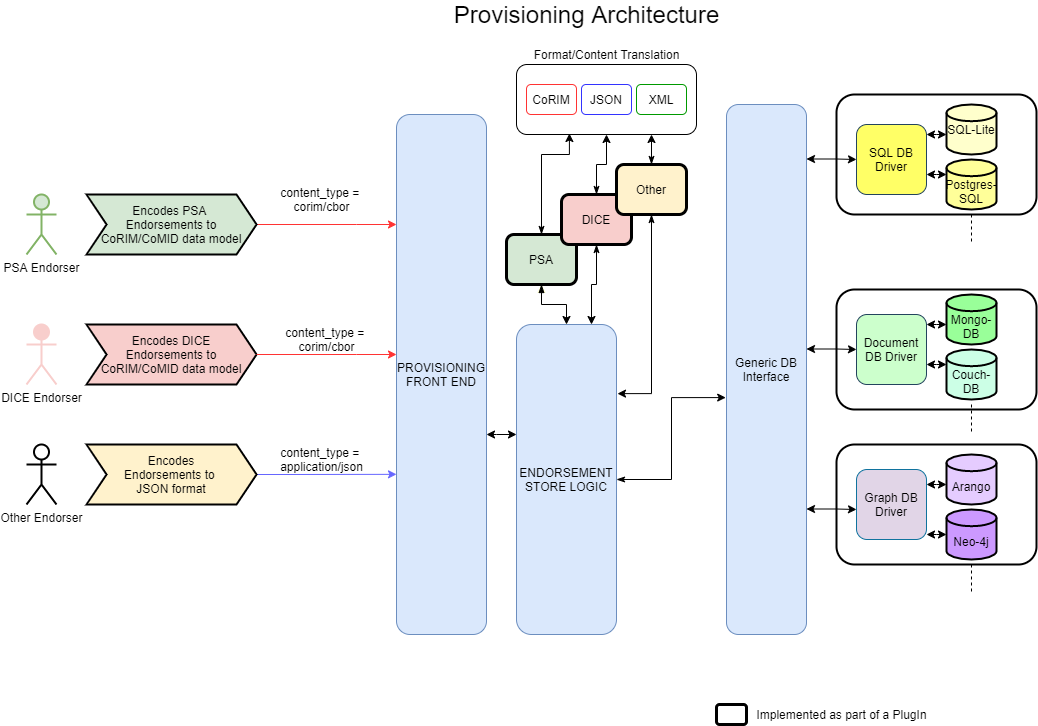
This is docs/diags/provisioning-architecture.drawio.png from veraison/veraison, a draw.io export, as it was before one commit. Source tidied: cells renumbered, new cells last; positions are measured from the earlier drawing's top-left corner, leaving out a move shared by most shapes.
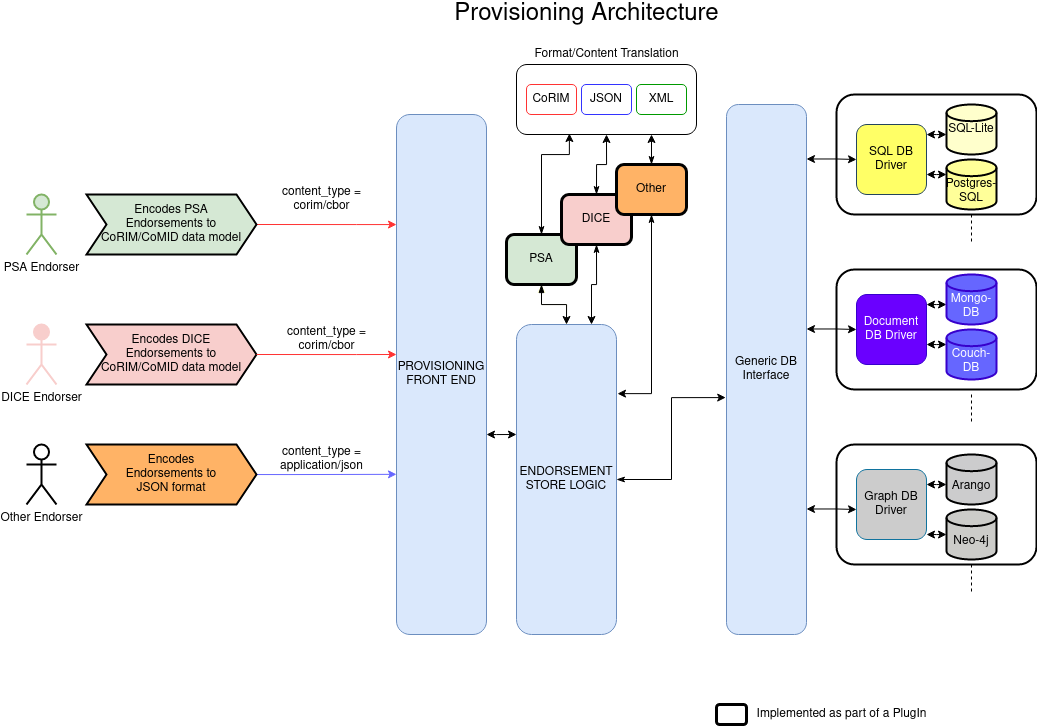
After the commit.

Commit message:
Modify color codes to create more meaningful daigrams

The edit, as a diff of the source:
```diff
@@ -6,7 +6,7 @@
       <mxGeometry x="810" y="440" width="200" height="120" as="geometry" />
     </mxCell>
     <mxCell id="3" style="rounded=1;whiteSpace=wrap;html=1;shadow=0;glass=0;sketch=0;strokeColor=#000000;strokeWidth=2;fillColor=#FFFFFF;" parent="1" vertex="1">
-      <mxGeometry x="810" y="285" width="200" height="120" as="geometry" />
+      <mxGeometry x="810" y="265" width="200" height="120" as="geometry" />
     </mxCell>
     <mxCell id="4" style="rounded=1;whiteSpace=wrap;html=1;shadow=0;glass=0;sketch=0;strokeColor=#000000;strokeWidth=2;fillColor=#FFFFFF;" parent="1" vertex="1">
       <mxGeometry x="810" y="90" width="200" height="120" as="geometry" />
@@ -75,7 +75,7 @@
     <mxCell id="19" style="edgeStyle=orthogonalEdgeStyle;rounded=0;jettySize=auto;html=1;entryX=0.75;entryY=1;entryDx=0;entryDy=0;startArrow=classicThin;startFill=1;strokeColor=#000000;" parent="1" edge="1" source="20" target="5">
       <mxGeometry relative="1" as="geometry" />
     </mxCell>
-    <mxCell id="20" value="Other" style="rounded=1;whiteSpace=wrap;html=1;strokeWidth=3;fillColor=#FFF2CC;" parent="1" vertex="1">
+    <mxCell id="20" value="Other" style="rounded=1;whiteSpace=wrap;html=1;strokeWidth=3;fillColor=#FFB366;" parent="1" vertex="1">
       <mxGeometry x="590" y="160" width="70" height="50" as="geometry" />
     </mxCell>
     <mxCell id="21" value="Generic DB Interface" style="rounded=1;whiteSpace=wrap;html=1;fillColor=#dae8fc;strokeColor=#6c8ebf;" parent="1" vertex="1">
@@ -93,7 +93,7 @@
     <mxCell id="23" value="SQL DB Driver" style="rounded=1;whiteSpace=wrap;html=1;strokeColor=#23445d;fillColor=#FFFF66;" parent="1" vertex="1">
       <mxGeometry x="830" y="120" width="70" height="70" as="geometry" />
     </mxCell>
-    <mxCell id="24" value="Graph DB Driver" style="rounded=1;whiteSpace=wrap;html=1;strokeColor=#10739e;fillColor=#E1D5E7;" parent="1" vertex="1">
+    <mxCell id="24" value="Graph DB Driver" style="rounded=1;whiteSpace=wrap;html=1;strokeColor=#10739e;fillColor=#CCCCCC;" parent="1" vertex="1">
       <mxGeometry x="830" y="465" width="70" height="70" as="geometry" />
     </mxCell>
     <mxCell id="25" style="edgeStyle=none;rounded=0;orthogonalLoop=1;jettySize=auto;html=1;startArrow=none;startFill=0;strokeColor=#000000;dashed=1;endArrow=none;endFill=0;" parent="1" edge="1">
@@ -135,11 +135,11 @@
     </mxCell>
     <mxCell id="34" style="edgeStyle=orthogonalEdgeStyle;rounded=0;orthogonalLoop=1;jettySize=auto;html=1;startArrow=classic;startFill=1;strokeColor=#000000;" parent="1" edge="1">
       <mxGeometry relative="1" as="geometry">
-        <mxPoint x="780" y="344.5" as="sourcePoint" />
-        <mxPoint x="830" y="345" as="targetPoint" />
+        <mxPoint x="780" y="324.5" as="sourcePoint" />
+        <mxPoint x="830" y="325" as="targetPoint" />
         <Array as="points">
-          <mxPoint x="810" y="344.5" />
-          <mxPoint x="810" y="344.5" />
+          <mxPoint x="810" y="324.5" />
+          <mxPoint x="810" y="324.5" />
         </Array>
       </mxGeometry>
     </mxCell>
@@ -195,8 +195,8 @@
     </mxCell>
     <mxCell id="40" style="edgeStyle=none;rounded=0;orthogonalLoop=1;jettySize=auto;html=1;startArrow=none;startFill=0;strokeColor=#000000;dashed=1;endArrow=none;endFill=0;" parent="1" edge="1">
       <mxGeometry relative="1" as="geometry">
-        <mxPoint x="945" y="400" as="sourcePoint" />
-        <mxPoint x="945" y="430" as="targetPoint" />
+        <mxPoint x="945" y="390" as="sourcePoint" />
+        <mxPoint x="945" y="420" as="targetPoint" />
       </mxGeometry>
     </mxCell>
     <mxCell id="41" style="edgeStyle=none;rounded=0;orthogonalLoop=1;jettySize=auto;html=1;startArrow=none;startFill=0;strokeColor=#000000;dashed=1;endArrow=none;endFill=0;" parent="1" edge="1">
@@ -216,36 +216,36 @@
     </mxCell>
     <mxCell id="45" style="edgeStyle=orthogonalEdgeStyle;rounded=0;jettySize=auto;html=1;entryX=0;entryY=0.75;entryDx=0;entryDy=0;startArrow=classic;startFill=1;strokeColor=#000000;" parent="1" edge="1" source="46">
       <mxGeometry relative="1" as="geometry">
-        <mxPoint x="920" y="320" as="targetPoint" />
+        <mxPoint x="920" y="300" as="targetPoint" />
         <Array as="points">
-          <mxPoint x="910" y="320" />
-          <mxPoint x="910" y="320" />
+          <mxPoint x="910" y="300" />
+          <mxPoint x="910" y="300" />
         </Array>
       </mxGeometry>
     </mxCell>
-    <mxCell id="46" value="Document DB Driver" style="rounded=1;whiteSpace=wrap;html=1;strokeColor=#23445d;fillColor=#CCFFCC;" parent="1" vertex="1">
-      <mxGeometry x="830" y="310" width="70" height="70" as="geometry" />
+    <mxCell id="46" value="Document DB Driver" style="rounded=1;whiteSpace=wrap;html=1;strokeColor=#3700CC;fillColor=#6a00ff;fontColor=#ffffff;" parent="1" vertex="1">
+      <mxGeometry x="830" y="290" width="70" height="70" as="geometry" />
     </mxCell>
     <mxCell id="47" style="edgeStyle=orthogonalEdgeStyle;rounded=0;orthogonalLoop=1;jettySize=auto;html=1;entryX=0;entryY=0.75;entryDx=0;entryDy=0;startArrow=classic;startFill=1;strokeColor=#000000;" parent="1" edge="1">
       <mxGeometry relative="1" as="geometry">
-        <mxPoint x="900" y="360" as="sourcePoint" />
-        <mxPoint x="920" y="360" as="targetPoint" />
+        <mxPoint x="900" y="340" as="sourcePoint" />
+        <mxPoint x="920" y="340" as="targetPoint" />
         <Array as="points">
-          <mxPoint x="910" y="360" />
-          <mxPoint x="910" y="360" />
+          <mxPoint x="910" y="340" />
+          <mxPoint x="910" y="340" />
         </Array>
       </mxGeometry>
     </mxCell>
-    <mxCell id="48" value="&lt;br&gt;Mongo-DB" style="strokeWidth=2;html=1;shape=mxgraph.flowchart.database;whiteSpace=wrap;fillColor=#99FF99;" parent="1" vertex="1">
-      <mxGeometry x="920" y="290" width="50" height="50" as="geometry" />
+    <mxCell id="48" value="&lt;br&gt;Mongo-DB" style="strokeWidth=2;html=1;shape=mxgraph.flowchart.database;whiteSpace=wrap;fillColor=#6666FF;fontColor=#ffffff;strokeColor=#3700CC;" parent="1" vertex="1">
+      <mxGeometry x="920" y="270" width="50" height="50" as="geometry" />
     </mxCell>
-    <mxCell id="49" value="&lt;br&gt;Couch-DB" style="strokeWidth=2;html=1;shape=mxgraph.flowchart.database;whiteSpace=wrap;fillColor=#CCFFE6;" parent="1" vertex="1">
-      <mxGeometry x="920" y="345" width="50" height="50" as="geometry" />
+    <mxCell id="49" value="&lt;br&gt;Couch-DB" style="strokeWidth=2;html=1;shape=mxgraph.flowchart.database;whiteSpace=wrap;fillColor=#6666FF;fontColor=#ffffff;strokeColor=#3700CC;" parent="1" vertex="1">
+      <mxGeometry x="920" y="325" width="50" height="50" as="geometry" />
     </mxCell>
-    <mxCell id="50" value="&lt;br&gt;Arango" style="strokeWidth=2;html=1;shape=mxgraph.flowchart.database;whiteSpace=wrap;fillColor=#E5CCFF;" parent="1" vertex="1">
+    <mxCell id="50" value="&lt;br&gt;Arango" style="strokeWidth=2;html=1;shape=mxgraph.flowchart.database;whiteSpace=wrap;fillColor=#CCCCCD;" parent="1" vertex="1">
       <mxGeometry x="920" y="450" width="50" height="50" as="geometry" />
     </mxCell>
-    <mxCell id="51" value="&lt;br&gt;Neo-4j" style="strokeWidth=2;html=1;shape=mxgraph.flowchart.database;whiteSpace=wrap;fillColor=#CC99FF;" parent="1" vertex="1">
+    <mxCell id="51" value="&lt;br&gt;Neo-4j" style="strokeWidth=2;html=1;shape=mxgraph.flowchart.database;whiteSpace=wrap;fillColor=#CCCCC9;" parent="1" vertex="1">
       <mxGeometry x="920" y="505" width="50" height="50" as="geometry" />
     </mxCell>
     <mxCell id="52" style="rounded=1;whiteSpace=wrap;html=1;glass=0;shadow=0;sketch=0;strokeWidth=3;fillColor=#FFFFFF;" parent="1" vertex="1">
@@ -269,7 +269,7 @@
     <mxCell id="58" value="Encodes DICE&lt;br&gt;Endorsements to&lt;br&gt;CoRIM/CoMID data model" style="shape=step;perimeter=stepPerimeter;whiteSpace=wrap;html=1;fixedSize=1;shadow=0;glass=0;sketch=0;strokeColor=#000000;strokeWidth=2;fillColor=#F8CECC;" parent="1" vertex="1">
       <mxGeometry x="60" y="320" width="170" height="60" as="geometry" />
     </mxCell>
-    <mxCell id="59" value="Encodes&lt;br&gt;Endorsements to &lt;br&gt;JSON format" style="shape=step;perimeter=stepPerimeter;whiteSpace=wrap;html=1;fixedSize=1;shadow=0;glass=0;sketch=0;strokeColor=#000000;strokeWidth=2;fillColor=#FFF2CC;" parent="1" vertex="1">
+    <mxCell id="59" value="Encodes&lt;br&gt;Endorsements to &lt;br&gt;JSON format" style="shape=step;perimeter=stepPerimeter;whiteSpace=wrap;html=1;fixedSize=1;shadow=0;glass=0;sketch=0;strokeColor=#000000;strokeWidth=2;fillColor=#FFB366;" parent="1" vertex="1">
       <mxGeometry x="60" y="440" width="170" height="60" as="geometry" />
     </mxCell>
     <mxCell id="60" style="edgeStyle=orthogonalEdgeStyle;rounded=0;orthogonalLoop=1;jettySize=auto;html=1;exitX=1;exitY=0.5;exitDx=0;exitDy=0;strokeColor=#FF3333;" parent="1" edge="1">
```
